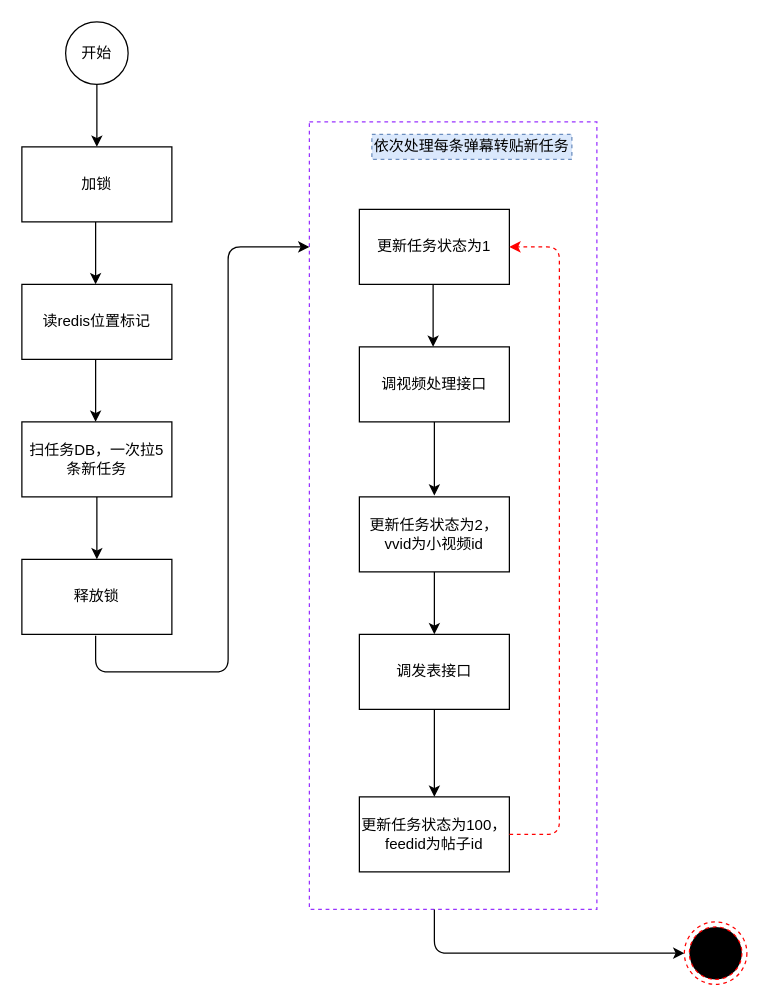
ericwan2018/architect-awesome keeps this draw.io diagram as 转贴任务处理.drawio. Above is the earlier version. Source tidied: cells renumbered, new cells numbered last; positions are measured from the earlier drawing's top-left corner, leaving out a move shared by most shapes. Both pictures are drawn from the tidied source at 125%, with x=0, y=0 at pixel (21, 21).
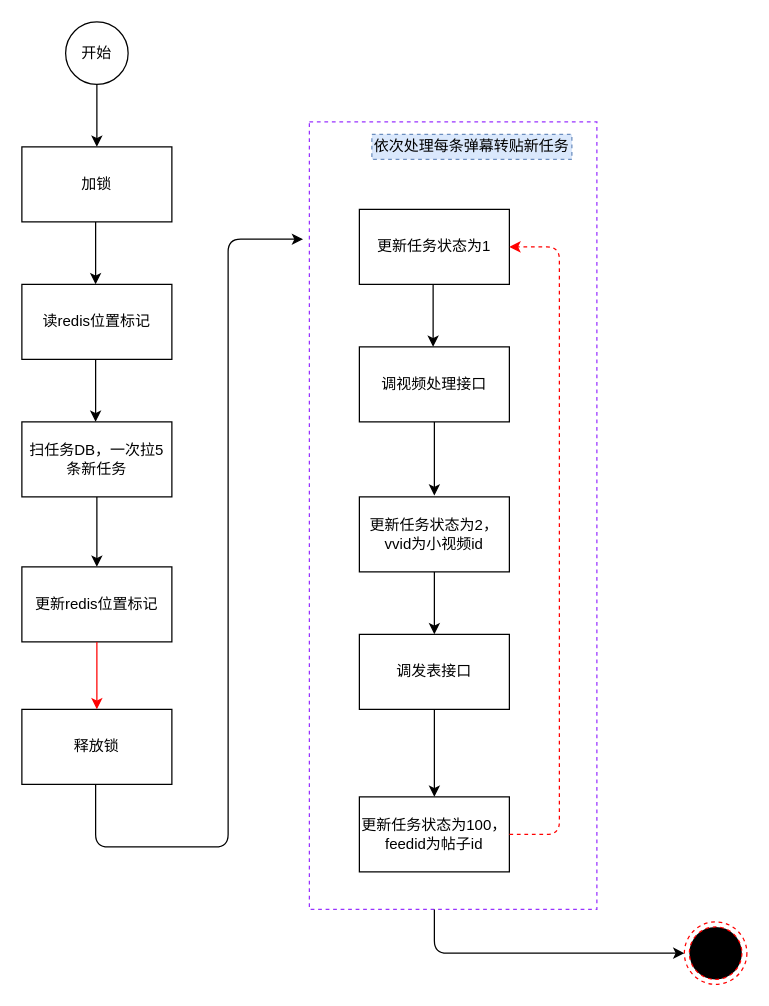
After the change.

Commit message (it also covers changes not shown here):
更新转贴任务处理.drawio

Unchanged cells that the change refers to:
```xml
<mxCell id="2" style="rounded=0;whiteSpace=wrap;html=1;dashed=1;strokeColor=#9933FF;" parent="1" vertex="1">
  <mxGeometry x="230" y="80" width="230" height="630" as="geometry" />
</mxCell>
<mxCell id="3" value="扫任务DB，一次拉5条新任务" style="rounded=0;whiteSpace=wrap;html=1;" parent="1" vertex="1">
  <mxGeometry y="320" width="120" height="60" as="geometry" />
</mxCell>
```

What changed in the source:
```diff
@@
-    <mxCell id="10" value="释放锁" style="rounded=0;whiteSpace=wrap;html=1;" parent="1" vertex="1">
-      <mxGeometry y="430" width="120" height="60" as="geometry" />
-    </mxCell>
-    <mxCell id="11" style="endArrow=classic;html=1;entryX=0.5;entryY=0;entryDx=0;entryDy=0;exitX=0.5;exitY=1;exitDx=0;exitDy=0;" parent="1" edge="1" source="3" target="10">
+    <mxCell id="11" style="endArrow=classic;html=1;entryX=0.5;entryY=0;entryDx=0;entryDy=0;exitX=0.5;exitY=1;exitDx=0;exitDy=0;" parent="1" edge="1" source="3" target="27">
       <mxGeometry relative="1" as="geometry" />
     </mxCell>
@@
-    <mxCell id="13" style="endArrow=classic;html=1;edgeStyle=orthogonalEdgeStyle;" parent="1" edge="1">
-      <mxGeometry relative="1" as="geometry">
-        <mxPoint x="59" y="491" as="sourcePoint" />
-        <mxPoint x="230" y="180" as="targetPoint" />
-        <Array as="points">
-          <mxPoint x="59" y="520" />
-          <mxPoint x="165" y="520" />
-          <mxPoint x="165" y="180" />
-        </Array>
-      </mxGeometry>
-    </mxCell>
@@
+    <mxCell id="10" value="释放锁" style="rounded=0;whiteSpace=wrap;html=1;" parent="1" vertex="1">
+      <mxGeometry y="550" width="120" height="60" as="geometry" />
+    </mxCell>
+    <mxCell id="26" style="endArrow=classic;html=1;edgeStyle=orthogonalEdgeStyle;entryX=-0.022;entryY=0.149;entryDx=0;entryDy=0;entryPerimeter=0;" parent="1" edge="1" target="2">
+      <mxGeometry relative="1" as="geometry">
+        <mxPoint x="59" y="610" as="sourcePoint" />
+        <Array as="points">
+          <mxPoint x="59" y="660" />
+          <mxPoint x="165" y="660" />
+          <mxPoint x="165" y="174" />
+        </Array>
+      </mxGeometry>
+    </mxCell>
+    <mxCell id="27" value="更新redis位置标记" style="rounded=0;whiteSpace=wrap;html=1;" parent="1" vertex="1">
+      <mxGeometry y="436" width="120" height="60" as="geometry" />
+    </mxCell>
+    <mxCell id="28" style="endArrow=classic;html=1;strokeColor=#FF0000;entryX=0.5;entryY=0;entryDx=0;entryDy=0;" parent="1" edge="1" source="27" target="10">
+      <mxGeometry relative="1" as="geometry" />
+    </mxCell>
```
